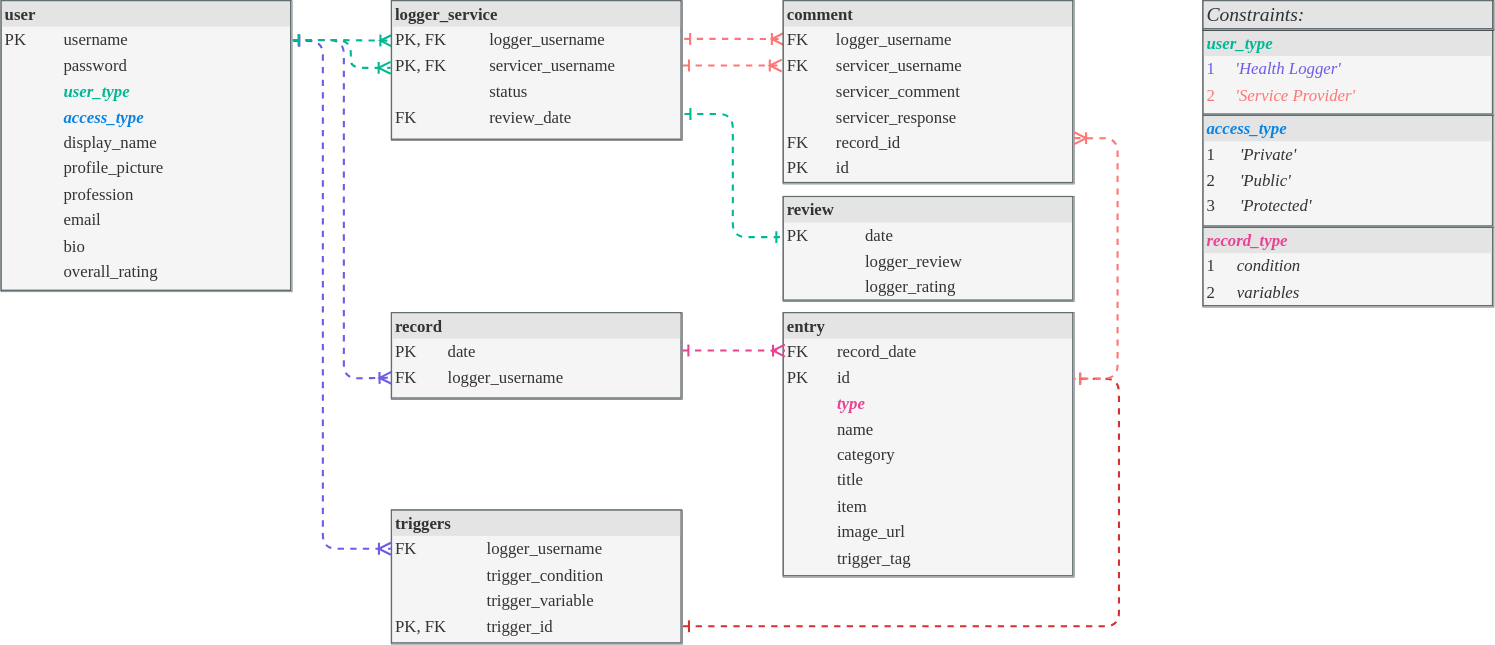
Before: diagrams/database/database_tables_relationships.drawio.svg, a diagram exported from draw.io (mervin-njy/trigg-track-v2). Source tidied: cells renumbered, new cells last; positions are measured from the earlier drawing's top-left corner, leaving out a move shared by most shapes.
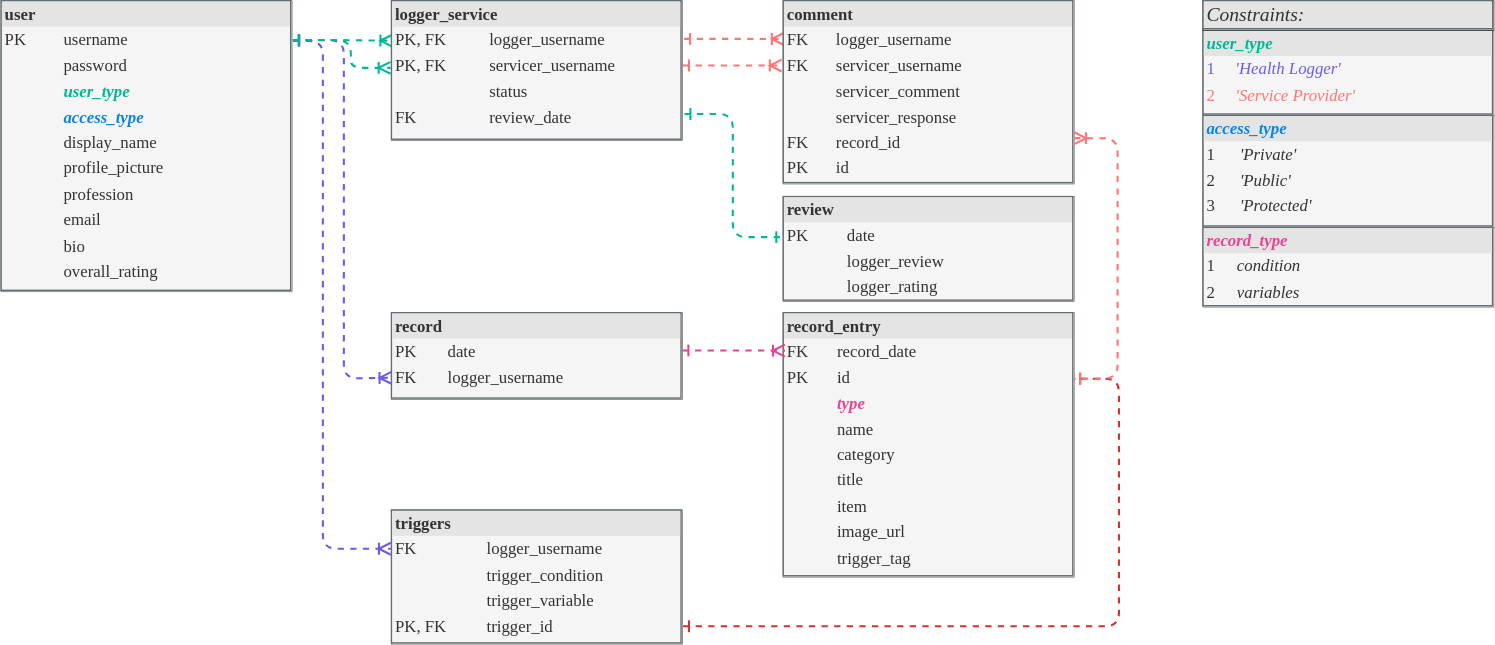
Above is the later version.

Commit message:
update record + record_entry tables

The edit, as a diff of the source:
```diff
@@ -12,7 +12,7 @@
         </Array>
       </mxGeometry>
     </mxCell>
-    <mxCell id="4" value="&lt;div style=&quot;box-sizing: border-box ; width: 100% ; background: #e4e4e4 ; padding: 2px&quot;&gt;&lt;b&gt;review&lt;/b&gt;&lt;/div&gt;&lt;table style=&quot;width: 100% ; font-size: 1em&quot; cellpadding=&quot;2&quot; cellspacing=&quot;0&quot;&gt;&lt;tbody&gt;&lt;tr&gt;&lt;td&gt;PK&lt;/td&gt;&lt;td&gt;&lt;br&gt;&lt;/td&gt;&lt;td&gt;&lt;br&gt;&lt;/td&gt;&lt;td&gt;date&lt;/td&gt;&lt;/tr&gt;&lt;tr&gt;&lt;td&gt;&lt;br&gt;&lt;/td&gt;&lt;td&gt;&lt;br&gt;&lt;/td&gt;&lt;td&gt;&lt;br&gt;&lt;/td&gt;&lt;td&gt;logger_review&lt;br&gt;&lt;/td&gt;&lt;/tr&gt;&lt;tr&gt;&lt;td&gt;&lt;/td&gt;&lt;td&gt;&lt;br&gt;&lt;/td&gt;&lt;td&gt;&lt;br&gt;&lt;/td&gt;&lt;td&gt;logger_rating&lt;/td&gt;&lt;/tr&gt;&lt;/tbody&gt;&lt;/table&gt;" style="verticalAlign=top;align=left;overflow=fill;html=1;rounded=0;shadow=0;comic=0;labelBackgroundColor=none;strokeWidth=0.5;fontFamily=Verdana;fontSize=12;fillColor=#f5f5f5;strokeColor=#666666;fontColor=#333333;labelBorderColor=#636e72;" parent="1" vertex="1">
+    <mxCell id="4" value="&lt;div style=&quot;box-sizing: border-box ; width: 100% ; background: #e4e4e4 ; padding: 2px&quot;&gt;&lt;b&gt;review&lt;/b&gt;&lt;/div&gt;&lt;table style=&quot;width: 100% ; font-size: 1em&quot; cellpadding=&quot;2&quot; cellspacing=&quot;0&quot;&gt;&lt;tbody&gt;&lt;tr&gt;&lt;td&gt;PK&lt;/td&gt;&lt;td&gt;date&lt;/td&gt;&lt;/tr&gt;&lt;tr&gt;&lt;td&gt;&lt;br&gt;&lt;/td&gt;&lt;td&gt;logger_review&lt;br&gt;&lt;/td&gt;&lt;/tr&gt;&lt;tr&gt;&lt;td&gt;&lt;/td&gt;&lt;td&gt;logger_rating&lt;/td&gt;&lt;/tr&gt;&lt;/tbody&gt;&lt;/table&gt;" style="verticalAlign=top;align=left;overflow=fill;html=1;rounded=0;shadow=0;comic=0;labelBackgroundColor=none;strokeWidth=0.5;fontFamily=Verdana;fontSize=12;fillColor=#f5f5f5;strokeColor=#666666;fontColor=#333333;labelBorderColor=#636e72;" parent="1" vertex="1">
       <mxGeometry x="559" y="140" width="208" height="75" as="geometry" />
     </mxCell>
     <mxCell id="5" style="edgeStyle=orthogonalEdgeStyle;html=1;dashed=1;labelBackgroundColor=none;startArrow=ERone;endArrow=ERone;fontFamily=Verdana;fontSize=12;align=left;endFill=0;startFill=0;exitX=1.007;exitY=0.81;exitDx=0;exitDy=0;strokeColor=#00b894;strokeWidth=1.5;entryX=-0.003;entryY=0.386;entryDx=0;entryDy=0;entryPerimeter=0;exitPerimeter=0;" parent="1" edge="1" source="10" target="4">
@@ -57,7 +57,7 @@
     <mxCell id="13" value="&lt;div style=&quot;box-sizing: border-box ; width: 100% ; background: #e4e4e4 ; padding: 2px&quot;&gt;&lt;b&gt;comment&lt;/b&gt;&lt;/div&gt;&lt;table style=&quot;width: 100% ; font-size: 1em&quot; cellpadding=&quot;2&quot; cellspacing=&quot;0&quot;&gt;&lt;tbody&gt;&lt;tr&gt;&lt;td&gt;FK&lt;/td&gt;&lt;td&gt;logger_username&lt;/td&gt;&lt;/tr&gt;&lt;tr&gt;&lt;td&gt;FK&lt;/td&gt;&lt;td&gt;servicer_username&lt;/td&gt;&lt;/tr&gt;&lt;tr&gt;&lt;td&gt;&lt;br&gt;&lt;/td&gt;&lt;td&gt;servicer_comment&lt;/td&gt;&lt;/tr&gt;&lt;tr&gt;&lt;td&gt;&lt;br&gt;&lt;/td&gt;&lt;td&gt;servicer_response&lt;br&gt;&lt;/td&gt;&lt;/tr&gt;&lt;tr&gt;&lt;td&gt;FK&lt;/td&gt;&lt;td&gt;record_id&lt;/td&gt;&lt;/tr&gt;&lt;tr&gt;&lt;td&gt;PK&lt;/td&gt;&lt;td&gt;id&lt;/td&gt;&lt;/tr&gt;&lt;/tbody&gt;&lt;/table&gt;" style="verticalAlign=top;align=left;overflow=fill;html=1;rounded=0;shadow=0;comic=0;labelBackgroundColor=none;strokeWidth=0.5;fontFamily=Verdana;fontSize=12;fillColor=#f5f5f5;strokeColor=#666666;fontColor=#333333;labelBorderColor=#636e72;" parent="1" vertex="1">
       <mxGeometry x="559" width="208" height="131" as="geometry" />
     </mxCell>
-    <mxCell id="14" value="&lt;div style=&quot;box-sizing: border-box ; width: 100% ; background: #e4e4e4 ; padding: 2px&quot;&gt;&lt;b&gt;entry&lt;/b&gt;&lt;/div&gt;&lt;table style=&quot;width: 100% ; font-size: 1em&quot; cellpadding=&quot;2&quot; cellspacing=&quot;0&quot;&gt;&lt;tbody&gt;&lt;tr&gt;&lt;td&gt;FK&lt;/td&gt;&lt;td&gt;record_date&lt;/td&gt;&lt;/tr&gt;&lt;tr&gt;&lt;td&gt;PK&lt;/td&gt;&lt;td&gt;id&lt;/td&gt;&lt;/tr&gt;&lt;tr&gt;&lt;td&gt;&lt;br&gt;&lt;/td&gt;&lt;td&gt;&lt;i&gt;&lt;b&gt;&lt;font color=&quot;#e84393&quot;&gt;type&lt;/font&gt;&lt;/b&gt;&lt;/i&gt;&lt;br&gt;&lt;/td&gt;&lt;/tr&gt;&lt;tr&gt;&lt;td&gt;&lt;br&gt;&lt;/td&gt;&lt;td&gt;name&lt;/td&gt;&lt;/tr&gt;&lt;tr&gt;&lt;td&gt;&lt;br&gt;&lt;/td&gt;&lt;td&gt;category&lt;/td&gt;&lt;/tr&gt;&lt;tr&gt;&lt;td&gt;&lt;br&gt;&lt;/td&gt;&lt;td&gt;title&lt;/td&gt;&lt;/tr&gt;&lt;tr&gt;&lt;td&gt;&lt;br&gt;&lt;/td&gt;&lt;td&gt;item&lt;br&gt;&lt;/td&gt;&lt;/tr&gt;&lt;tr&gt;&lt;td&gt;&lt;/td&gt;&lt;td&gt;image_url&amp;nbsp; &amp;nbsp; &amp;nbsp; &amp;nbsp; &amp;nbsp; &amp;nbsp; &amp;nbsp;&lt;/td&gt;&lt;/tr&gt;&lt;tr&gt;&lt;td&gt;&lt;br&gt;&lt;/td&gt;&lt;td&gt;trigger_tag&lt;/td&gt;&lt;/tr&gt;&lt;/tbody&gt;&lt;/table&gt;" style="verticalAlign=top;align=left;overflow=fill;html=1;rounded=0;shadow=0;comic=0;labelBackgroundColor=none;strokeWidth=0.5;fontFamily=Verdana;fontSize=12;fillColor=#f5f5f5;strokeColor=#666666;fontColor=#333333;labelBorderColor=#636e72;" parent="1" vertex="1">
+    <mxCell id="14" value="&lt;div style=&quot;box-sizing: border-box ; width: 100% ; background: #e4e4e4 ; padding: 2px&quot;&gt;&lt;b&gt;record_entry&lt;/b&gt;&lt;/div&gt;&lt;table style=&quot;width: 100% ; font-size: 1em&quot; cellpadding=&quot;2&quot; cellspacing=&quot;0&quot;&gt;&lt;tbody&gt;&lt;tr&gt;&lt;td&gt;FK&lt;/td&gt;&lt;td&gt;record_date&lt;/td&gt;&lt;/tr&gt;&lt;tr&gt;&lt;td&gt;PK&lt;/td&gt;&lt;td&gt;id&lt;/td&gt;&lt;/tr&gt;&lt;tr&gt;&lt;td&gt;&lt;br&gt;&lt;/td&gt;&lt;td&gt;&lt;i&gt;&lt;b&gt;&lt;font color=&quot;#e84393&quot;&gt;type&lt;/font&gt;&lt;/b&gt;&lt;/i&gt;&lt;br&gt;&lt;/td&gt;&lt;/tr&gt;&lt;tr&gt;&lt;td&gt;&lt;br&gt;&lt;/td&gt;&lt;td&gt;name&lt;/td&gt;&lt;/tr&gt;&lt;tr&gt;&lt;td&gt;&lt;br&gt;&lt;/td&gt;&lt;td&gt;category&lt;/td&gt;&lt;/tr&gt;&lt;tr&gt;&lt;td&gt;&lt;br&gt;&lt;/td&gt;&lt;td&gt;title&lt;/td&gt;&lt;/tr&gt;&lt;tr&gt;&lt;td&gt;&lt;br&gt;&lt;/td&gt;&lt;td&gt;item&lt;br&gt;&lt;/td&gt;&lt;/tr&gt;&lt;tr&gt;&lt;td&gt;&lt;/td&gt;&lt;td&gt;image_url&amp;nbsp; &amp;nbsp; &amp;nbsp; &amp;nbsp; &amp;nbsp; &amp;nbsp; &amp;nbsp;&lt;/td&gt;&lt;/tr&gt;&lt;tr&gt;&lt;td&gt;&lt;br&gt;&lt;/td&gt;&lt;td&gt;trigger_tag&lt;/td&gt;&lt;/tr&gt;&lt;/tbody&gt;&lt;/table&gt;" style="verticalAlign=top;align=left;overflow=fill;html=1;rounded=0;shadow=0;comic=0;labelBackgroundColor=none;strokeWidth=0.5;fontFamily=Verdana;fontSize=12;fillColor=#f5f5f5;strokeColor=#666666;fontColor=#333333;labelBorderColor=#636e72;" parent="1" vertex="1">
       <mxGeometry x="559" y="222.9" width="208" height="189.1" as="geometry" />
     </mxCell>
     <mxCell id="15" style="edgeStyle=orthogonalEdgeStyle;html=1;dashed=1;labelBackgroundColor=none;startArrow=ERoneToMany;endArrow=ERone;fontFamily=Verdana;fontSize=12;align=left;endFill=0;startFill=0;strokeColor=#FF7675;strokeWidth=1.5;exitX=1;exitY=0.75;exitDx=0;exitDy=0;entryX=1;entryY=0.25;entryDx=0;entryDy=0;" parent="1" edge="1" source="13" target="14">
```
